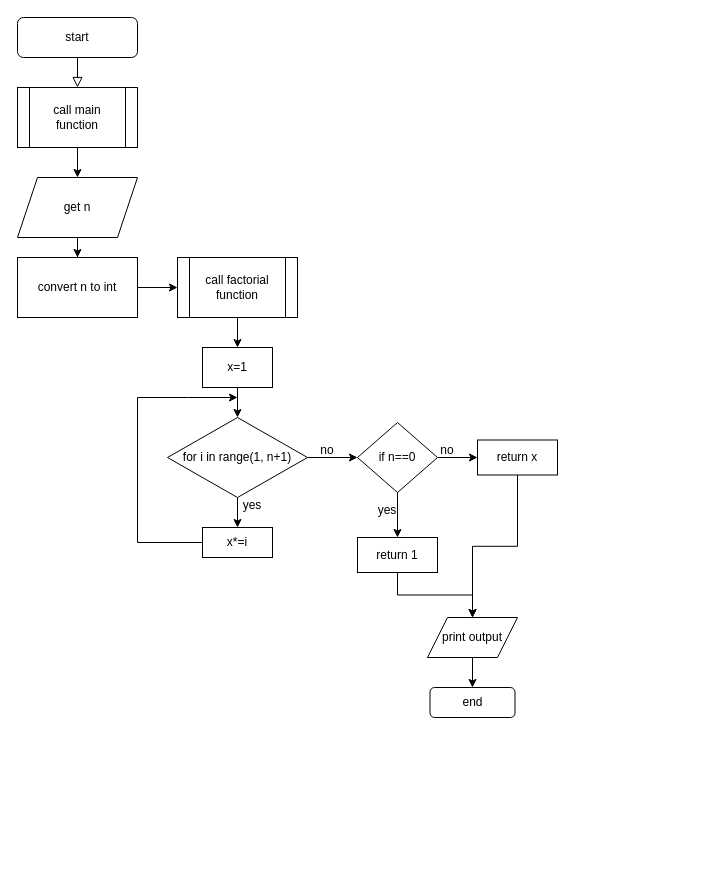
Earlier version of the draw.io diagram Untitled Diagram.drawio (hasanj0n/python_answers). Source tidied: cells renumbered, new cells numbered last; positions are measured from the earlier drawing's top-left corner, leaving out a move shared by most shapes. Both pictures are drawn from the tidied source at 100%, with x=0, y=0 at pixel (17, 17).
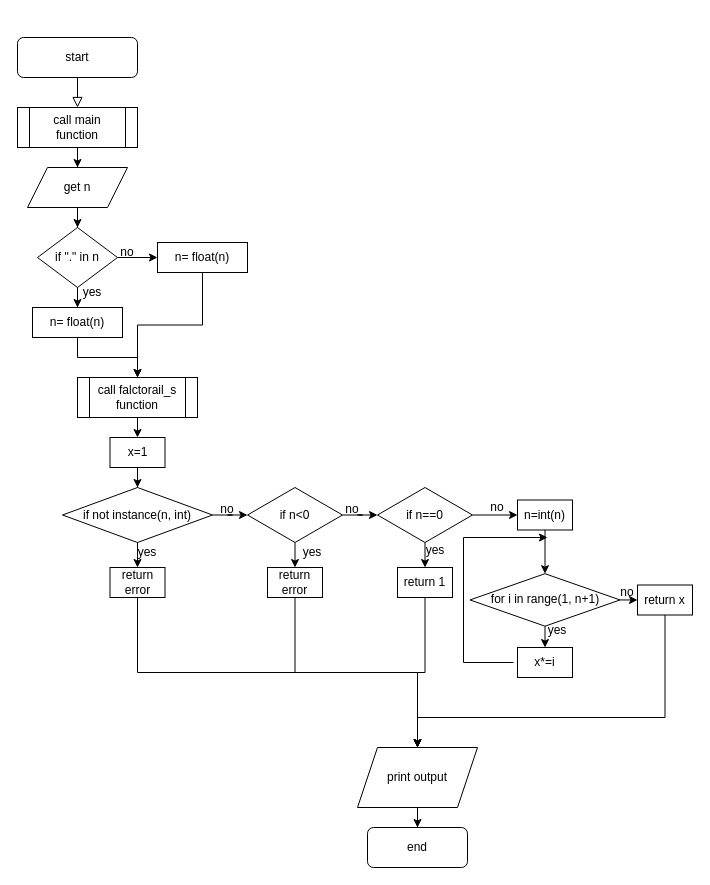
After the change.

What changed in the source:
```diff
@@
     <mxCell id="3" value="start" style="rounded=1;whiteSpace=wrap;html=1;fontSize=12;glass=0;strokeWidth=1;shadow=0;" parent="1" vertex="1">
-      <mxGeometry width="120" height="40" as="geometry" />
+      <mxGeometry y="20" width="120" height="40" as="geometry" />
     </mxCell>
@@
     <mxCell id="5" value="call main&lt;br&gt;function" style="shape=process;whiteSpace=wrap;html=1;backgroundOutline=1;" parent="1" vertex="1">
-      <mxGeometry y="70" width="120" height="60" as="geometry" />
+      <mxGeometry y="90" width="120" height="40" as="geometry" />
     </mxCell>
-    <mxCell id="6" style="edgeStyle=orthogonalEdgeStyle;rounded=0;jettySize=auto;html=1;" parent="1" edge="1" source="7" target="9">
+    <mxCell id="6" style="edgeStyle=orthogonalEdgeStyle;rounded=0;jettySize=auto;html=1;" parent="1" edge="1" source="7" target="35">
       <mxGeometry relative="1" as="geometry" />
     </mxCell>
     <mxCell id="7" value="get n" style="shape=parallelogram;perimeter=parallelogramPerimeter;whiteSpace=wrap;html=1;fixedSize=1;" parent="1" vertex="1">
-      <mxGeometry y="160" width="120" height="60" as="geometry" />
+      <mxGeometry x="10" y="150" width="100" height="40" as="geometry" />
     </mxCell>
-    <mxCell id="8" style="edgeStyle=orthogonalEdgeStyle;rounded=0;jettySize=auto;html=1;" parent="1" edge="1" source="9" target="11">
-      <mxGeometry relative="1" as="geometry" />
-    </mxCell>
-    <mxCell id="9" value="convert n to int" style="whiteSpace=wrap;html=1;" parent="1" vertex="1">
-      <mxGeometry y="240" width="120" height="60" as="geometry" />
-    </mxCell>
-    <mxCell id="10" style="edgeStyle=orthogonalEdgeStyle;rounded=0;jettySize=auto;html=1;" parent="1" edge="1" source="11" target="16">
-      <mxGeometry relative="1" as="geometry" />
-    </mxCell>
-    <mxCell id="11" value="call factorial function" style="shape=process;whiteSpace=wrap;html=1;backgroundOutline=1;" parent="1" vertex="1">
-      <mxGeometry x="160" y="240" width="120" height="60" as="geometry" />
-    </mxCell>
-    <mxCell id="12" style="edgeStyle=orthogonalEdgeStyle;rounded=0;jettySize=auto;html=1;" parent="1" edge="1" source="14" target="19">
-      <mxGeometry relative="1" as="geometry" />
-    </mxCell>
+    <mxCell id="33" style="edgeStyle=orthogonalEdgeStyle;rounded=0;jettySize=auto;html=1;" parent="1" edge="1" source="35" target="37">
+      <mxGeometry relative="1" as="geometry" />
+    </mxCell>
+    <mxCell id="34" style="edgeStyle=orthogonalEdgeStyle;rounded=0;jettySize=auto;html=1;exitX=1;exitY=0.5;exitDx=0;exitDy=0;entryX=0;entryY=0.5;entryDx=0;entryDy=0;" parent="1" edge="1" source="35" target="39">
+      <mxGeometry relative="1" as="geometry" />
+    </mxCell>
+    <mxCell id="35" value="if &quot;.&quot; in n" style="rhombus;whiteSpace=wrap;html=1;" parent="1" vertex="1">
+      <mxGeometry x="20" y="210" width="80" height="60" as="geometry" />
+    </mxCell>
+    <mxCell id="36" style="edgeStyle=orthogonalEdgeStyle;rounded=0;jettySize=auto;html=1;" parent="1" edge="1" source="37" target="43">
+      <mxGeometry relative="1" as="geometry" />
+    </mxCell>
+    <mxCell id="37" value="n= float(n)" style="whiteSpace=wrap;html=1;" parent="1" vertex="1">
+      <mxGeometry x="15" y="290" width="90" height="30" as="geometry" />
+    </mxCell>
+    <mxCell id="38" style="edgeStyle=orthogonalEdgeStyle;rounded=0;jettySize=auto;html=1;" parent="1" edge="1" source="39" target="43">
+      <mxGeometry relative="1" as="geometry" />
+    </mxCell>
+    <mxCell id="39" value="n= float(n)" style="whiteSpace=wrap;html=1;" parent="1" vertex="1">
+      <mxGeometry x="140" y="225" width="90" height="30" as="geometry" />
+    </mxCell>
+    <mxCell id="40" value="yes" style="text;html=1;strokeColor=none;fillColor=none;align=center;verticalAlign=middle;whiteSpace=wrap;rounded=0;" parent="1" vertex="1">
+      <mxGeometry x="45" y="260" width="60" height="30" as="geometry" />
+    </mxCell>
+    <mxCell id="41" value="no" style="text;html=1;strokeColor=none;fillColor=none;align=center;verticalAlign=middle;whiteSpace=wrap;rounded=0;" parent="1" vertex="1">
+      <mxGeometry x="80" y="220" width="60" height="30" as="geometry" />
+    </mxCell>
+    <mxCell id="42" style="edgeStyle=orthogonalEdgeStyle;rounded=0;jettySize=auto;html=1;exitX=0.5;exitY=1;exitDx=0;exitDy=0;entryX=0.5;entryY=0;entryDx=0;entryDy=0;" parent="1" edge="1" source="43" target="16">
+      <mxGeometry relative="1" as="geometry" />
+    </mxCell>
+    <mxCell id="43" value="call falctorail_s function" style="shape=process;whiteSpace=wrap;html=1;backgroundOutline=1;" parent="1" vertex="1">
+      <mxGeometry x="60" y="360" width="120" height="40" as="geometry" />
+    </mxCell>
+    <mxCell id="44" style="edgeStyle=orthogonalEdgeStyle;rounded=0;jettySize=auto;html=1;" parent="1" edge="1" source="16" target="47">
+      <mxGeometry relative="1" as="geometry" />
+    </mxCell>
+    <mxCell id="16" value="x=1" style="whiteSpace=wrap;html=1;" parent="1" vertex="1">
+      <mxGeometry x="92.5" y="420" width="55" height="30" as="geometry" />
+    </mxCell>
+    <mxCell id="45" style="edgeStyle=orthogonalEdgeStyle;rounded=0;jettySize=auto;html=1;exitX=0.5;exitY=1;exitDx=0;exitDy=0;entryX=0.5;entryY=0;entryDx=0;entryDy=0;" parent="1" edge="1" source="47" target="49">
+      <mxGeometry relative="1" as="geometry" />
+    </mxCell>
+    <mxCell id="46" style="edgeStyle=orthogonalEdgeStyle;rounded=0;jettySize=auto;html=1;" parent="1" edge="1" source="47" target="54">
+      <mxGeometry relative="1" as="geometry" />
+    </mxCell>
+    <mxCell id="47" value="if not instance(n, int)" style="rhombus;whiteSpace=wrap;html=1;" parent="1" vertex="1">
+      <mxGeometry x="45" y="470" width="150" height="55" as="geometry" />
+    </mxCell>
+    <mxCell id="48" style="edgeStyle=orthogonalEdgeStyle;rounded=0;jettySize=auto;html=1;exitX=0.5;exitY=1;exitDx=0;exitDy=0;entryX=0.5;entryY=0;entryDx=0;entryDy=0;" parent="1" edge="1" source="49" target="31">
+      <mxGeometry relative="1" as="geometry" />
+    </mxCell>
+    <mxCell id="49" value="return error" style="whiteSpace=wrap;html=1;" parent="1" vertex="1">
+      <mxGeometry x="92.5" y="550" width="55" height="30" as="geometry" />
+    </mxCell>
+    <mxCell id="50" value="yes" style="text;html=1;strokeColor=none;fillColor=none;align=center;verticalAlign=middle;whiteSpace=wrap;rounded=0;" parent="1" vertex="1">
+      <mxGeometry x="100" y="520" width="60" height="30" as="geometry" />
+    </mxCell>
+    <mxCell id="51" value="no" style="text;html=1;strokeColor=none;fillColor=none;align=center;verticalAlign=middle;whiteSpace=wrap;rounded=0;" parent="1" vertex="1">
+      <mxGeometry x="180" y="477" width="60" height="30" as="geometry" />
+    </mxCell>
+    <mxCell id="52" style="edgeStyle=orthogonalEdgeStyle;rounded=0;jettySize=auto;html=1;exitX=0.5;exitY=1;exitDx=0;exitDy=0;entryX=0.5;entryY=0;entryDx=0;entryDy=0;" parent="1" edge="1" source="54" target="56">
+      <mxGeometry relative="1" as="geometry" />
+    </mxCell>
+    <mxCell id="53" style="edgeStyle=orthogonalEdgeStyle;rounded=0;jettySize=auto;html=1;" parent="1" edge="1" source="54" target="19">
+      <mxGeometry relative="1" as="geometry" />
+    </mxCell>
+    <mxCell id="54" value="if n&amp;lt;0" style="rhombus;whiteSpace=wrap;html=1;" parent="1" vertex="1">
+      <mxGeometry x="230" y="470" width="95" height="55" as="geometry" />
+    </mxCell>
+    <mxCell id="55" style="edgeStyle=orthogonalEdgeStyle;rounded=0;jettySize=auto;html=1;exitX=0.5;exitY=1;exitDx=0;exitDy=0;entryX=0.5;entryY=0;entryDx=0;entryDy=0;" parent="1" edge="1" source="56" target="31">
+      <mxGeometry relative="1" as="geometry" />
+    </mxCell>
+    <mxCell id="56" value="return error" style="whiteSpace=wrap;html=1;" parent="1" vertex="1">
+      <mxGeometry x="250" y="550" width="55" height="30" as="geometry" />
+    </mxCell>
+    <mxCell id="57" value="yes" style="text;html=1;strokeColor=none;fillColor=none;align=center;verticalAlign=middle;whiteSpace=wrap;rounded=0;" parent="1" vertex="1">
+      <mxGeometry x="265" y="520" width="60" height="30" as="geometry" />
+    </mxCell>
+    <mxCell id="17" style="edgeStyle=orthogonalEdgeStyle;rounded=0;jettySize=auto;html=1;exitX=0.5;exitY=1;exitDx=0;exitDy=0;entryX=0.5;entryY=0;entryDx=0;entryDy=0;" parent="1" edge="1" source="19" target="21">
+      <mxGeometry relative="1" as="geometry" />
+    </mxCell>
+    <mxCell id="58" style="edgeStyle=orthogonalEdgeStyle;rounded=0;jettySize=auto;html=1;exitX=1;exitY=0.5;exitDx=0;exitDy=0;entryX=0;entryY=0.5;entryDx=0;entryDy=0;" parent="1" edge="1" source="19" target="62">
+      <mxGeometry relative="1" as="geometry" />
+    </mxCell>
+    <mxCell id="19" value="if n==0" style="rhombus;whiteSpace=wrap;html=1;" parent="1" vertex="1">
+      <mxGeometry x="360" y="470" width="95" height="55" as="geometry" />
+    </mxCell>
+    <mxCell id="59" value="no" style="text;html=1;strokeColor=none;fillColor=none;align=center;verticalAlign=middle;whiteSpace=wrap;rounded=0;" parent="1" vertex="1">
+      <mxGeometry x="305" y="477" width="60" height="30" as="geometry" />
+    </mxCell>
+    <mxCell id="20" style="edgeStyle=orthogonalEdgeStyle;rounded=0;jettySize=auto;html=1;exitX=0.5;exitY=1;exitDx=0;exitDy=0;entryX=0.5;entryY=0;entryDx=0;entryDy=0;" parent="1" edge="1" source="21" target="31">
+      <mxGeometry relative="1" as="geometry">
+        <Array as="points">
+          <mxPoint x="407" y="655" />
+          <mxPoint x="400" y="655" />
+        </Array>
+      </mxGeometry>
+    </mxCell>
+    <mxCell id="21" value="return 1" style="whiteSpace=wrap;html=1;" parent="1" vertex="1">
+      <mxGeometry x="380" y="550" width="55" height="30" as="geometry" />
+    </mxCell>
+    <mxCell id="60" value="yes" style="text;html=1;strokeColor=none;fillColor=none;align=center;verticalAlign=middle;whiteSpace=wrap;rounded=0;" parent="1" vertex="1">
+      <mxGeometry x="388" y="518" width="60" height="30" as="geometry" />
+    </mxCell>
+    <mxCell id="61" style="edgeStyle=orthogonalEdgeStyle;rounded=0;jettySize=auto;html=1;" parent="1" edge="1" source="62" target="14">
+      <mxGeometry relative="1" as="geometry" />
+    </mxCell>
+    <mxCell id="62" value="n=int(n)" style="whiteSpace=wrap;html=1;" parent="1" vertex="1">
+      <mxGeometry x="500" y="482.5" width="55" height="30" as="geometry" />
+    </mxCell>
+    <mxCell id="63" style="edgeStyle=orthogonalEdgeStyle;rounded=0;jettySize=auto;html=1;exitX=1;exitY=0.5;exitDx=0;exitDy=0;entryX=0;entryY=0.5;entryDx=0;entryDy=0;" parent="1" edge="1" source="14" target="28">
+      <mxGeometry relative="1" as="geometry" />
+    </mxCell>
-    <mxCell id="13" style="edgeStyle=orthogonalEdgeStyle;rounded=0;jettySize=auto;html=1;" parent="1" edge="1" source="14" target="23">
+    <mxCell id="13" style="edgeStyle=orthogonalEdgeStyle;rounded=0;jettySize=auto;html=1;exitX=0.5;exitY=1;exitDx=0;exitDy=0;entryX=0.5;entryY=0;entryDx=0;entryDy=0;" parent="1" edge="1" source="14" target="23">
       <mxGeometry relative="1" as="geometry" />
     </mxCell>
     <mxCell id="14" value="for i in range(1, n+1)" style="rhombus;whiteSpace=wrap;html=1;" parent="1" vertex="1">
-      <mxGeometry x="150" y="400" width="140" height="80" as="geometry" />
+      <mxGeometry x="452.5" y="556.2" width="150" height="52.5" as="geometry" />
     </mxCell>
-    <mxCell id="15" style="edgeStyle=orthogonalEdgeStyle;rounded=0;jettySize=auto;html=1;" parent="1" edge="1" source="16" target="14">
-      <mxGeometry relative="1" as="geometry" />
-    </mxCell>
-    <mxCell id="16" value="x=1" style="rounded=0;whiteSpace=wrap;html=1;" parent="1" vertex="1">
-      <mxGeometry x="185" y="330" width="70" height="40" as="geometry" />
-    </mxCell>
-    <mxCell id="17" style="edgeStyle=orthogonalEdgeStyle;rounded=0;jettySize=auto;html=1;" parent="1" edge="1" source="19" target="21">
-      <mxGeometry relative="1" as="geometry" />
-    </mxCell>
-    <mxCell id="18" style="edgeStyle=orthogonalEdgeStyle;rounded=0;jettySize=auto;html=1;" parent="1" edge="1" source="19" target="28">
-      <mxGeometry relative="1" as="geometry" />
-    </mxCell>
-    <mxCell id="19" value="if n==0" style="rhombus;whiteSpace=wrap;html=1;" parent="1" vertex="1">
-      <mxGeometry x="340" y="405" width="80" height="70" as="geometry" />
-    </mxCell>
-    <mxCell id="20" style="edgeStyle=orthogonalEdgeStyle;rounded=0;jettySize=auto;html=1;entryX=0.5;entryY=0;entryDx=0;entryDy=0;" parent="1" edge="1" source="21" target="31">
-      <mxGeometry relative="1" as="geometry" />
-    </mxCell>
-    <mxCell id="21" value="return 1" style="whiteSpace=wrap;html=1;" parent="1" vertex="1">
-      <mxGeometry x="340" y="520" width="80" height="35" as="geometry" />
-    </mxCell>
-    <mxCell id="22" style="edgeStyle=orthogonalEdgeStyle;rounded=0;jettySize=auto;html=1;" parent="1" edge="1" source="23">
-      <mxGeometry relative="1" as="geometry">
-        <mxPoint x="220" y="380" as="targetPoint" />
-        <Array as="points">
-          <mxPoint x="120" y="525" />
-          <mxPoint x="120" y="380" />
-          <mxPoint x="170" y="380" />
-        </Array>
-      </mxGeometry>
-    </mxCell>
-    <mxCell id="23" value="x*=i" style="whiteSpace=wrap;html=1;" parent="1" vertex="1">
-      <mxGeometry x="185" y="510" width="70" height="30" as="geometry" />
-    </mxCell>
-    <mxCell id="24" value="yes" style="text;html=1;strokeColor=none;fillColor=none;align=center;verticalAlign=middle;whiteSpace=wrap;rounded=0;" parent="1" vertex="1">
-      <mxGeometry x="215" y="475" width="40" height="25" as="geometry" />
-    </mxCell>
-    <mxCell id="25" value="no" style="text;html=1;strokeColor=none;fillColor=none;align=center;verticalAlign=middle;whiteSpace=wrap;rounded=0;" parent="1" vertex="1">
-      <mxGeometry x="290" y="420" width="40" height="25" as="geometry" />
-    </mxCell>
-    <mxCell id="26" value="yes" style="text;html=1;strokeColor=none;fillColor=none;align=center;verticalAlign=middle;whiteSpace=wrap;rounded=0;" parent="1" vertex="1">
-      <mxGeometry x="350" y="480" width="40" height="25" as="geometry" />
-    </mxCell>
+    <mxCell id="64" value="no" style="text;html=1;strokeColor=none;fillColor=none;align=center;verticalAlign=middle;whiteSpace=wrap;rounded=0;" parent="1" vertex="1">
+      <mxGeometry x="450" y="475" width="60" height="30" as="geometry" />
+    </mxCell>
     <mxCell id="27" style="edgeStyle=orthogonalEdgeStyle;rounded=0;jettySize=auto;html=1;exitX=0.5;exitY=1;exitDx=0;exitDy=0;entryX=0.5;entryY=0;entryDx=0;entryDy=0;" parent="1" edge="1" source="28" target="31">
-      <mxGeometry relative="1" as="geometry" />
+      <mxGeometry relative="1" as="geometry">
+        <Array as="points">
+          <mxPoint x="647" y="700" />
+          <mxPoint x="400" y="700" />
+        </Array>
+      </mxGeometry>
     </mxCell>
     <mxCell id="28" value="return x" style="whiteSpace=wrap;html=1;" parent="1" vertex="1">
-      <mxGeometry x="460" y="422.5" width="80" height="35" as="geometry" />
+      <mxGeometry x="620" y="567.5" width="55" height="30" as="geometry" />
     </mxCell>
-    <mxCell id="29" value="no" style="text;html=1;strokeColor=none;fillColor=none;align=center;verticalAlign=middle;whiteSpace=wrap;rounded=0;" parent="1" vertex="1">
-      <mxGeometry x="410" y="420" width="40" height="25" as="geometry" />
-    </mxCell>
+    <mxCell id="65" value="no" style="text;html=1;strokeColor=none;fillColor=none;align=center;verticalAlign=middle;whiteSpace=wrap;rounded=0;" parent="1" vertex="1">
+      <mxGeometry x="580" y="560.2" width="60" height="30" as="geometry" />
+    </mxCell>
+    <mxCell id="66" style="edgeStyle=orthogonalEdgeStyle;rounded=0;orthogonalLoop=1;jettySize=auto;html=1;exitX=0;exitY=0.5;exitDx=0;exitDy=0;" parent="1" edge="1">
+      <mxGeometry relative="1" as="geometry">
+        <mxPoint x="496" y="645" as="sourcePoint" />
+        <mxPoint x="530" y="520" as="targetPoint" />
+        <Array as="points">
+          <mxPoint x="446" y="645" />
+          <mxPoint x="446" y="520" />
+        </Array>
+      </mxGeometry>
+    </mxCell>
+    <mxCell id="23" value="x*=i" style="whiteSpace=wrap;html=1;" parent="1" vertex="1">
+      <mxGeometry x="500" y="630" width="55" height="30" as="geometry" />
+    </mxCell>
@@
     <mxCell id="31" value="print output" style="shape=parallelogram;perimeter=parallelogramPerimeter;whiteSpace=wrap;html=1;fixedSize=1;" parent="1" vertex="1">
-      <mxGeometry x="410" y="600" width="90" height="40" as="geometry" />
+      <mxGeometry x="340" y="730" width="120" height="60" as="geometry" />
     </mxCell>
     <mxCell id="32" value="end" style="rounded=1;whiteSpace=wrap;html=1;" parent="1" vertex="1">
-      <mxGeometry x="412.5" y="670" width="85" height="30" as="geometry" />
+      <mxGeometry x="350" y="810" width="100" height="40" as="geometry" />
     </mxCell>
+    <mxCell id="67" value="yes" style="text;html=1;strokeColor=none;fillColor=none;align=center;verticalAlign=middle;whiteSpace=wrap;rounded=0;" parent="1" vertex="1">
+      <mxGeometry x="510" y="597.5" width="60" height="30" as="geometry" />
+    </mxCell>
```
